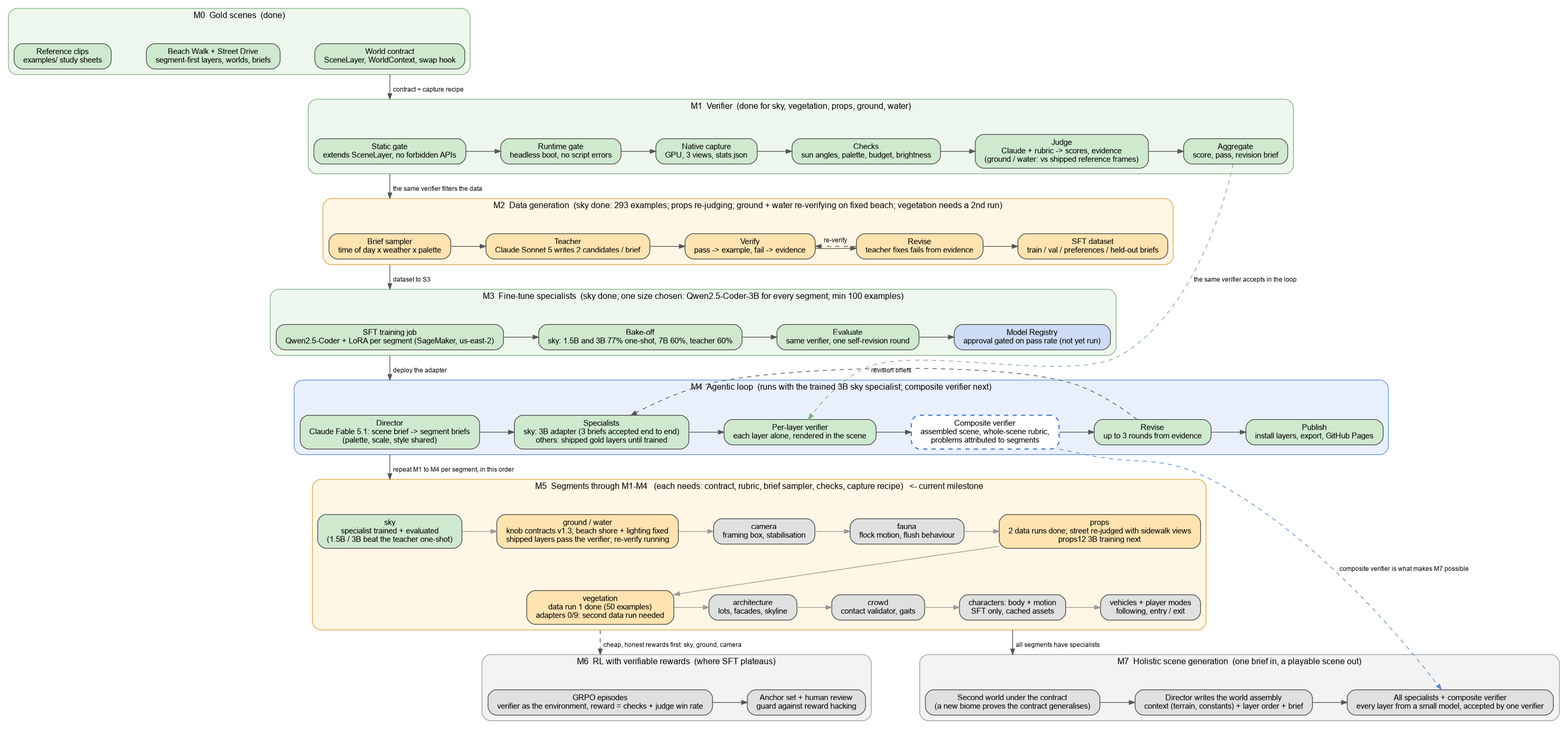
The Graphviz diagram design/pipeline.png in Marc-GenAI-AWS/godot-game, before a commit. Its source is kept beside it as design/pipeline.dot.
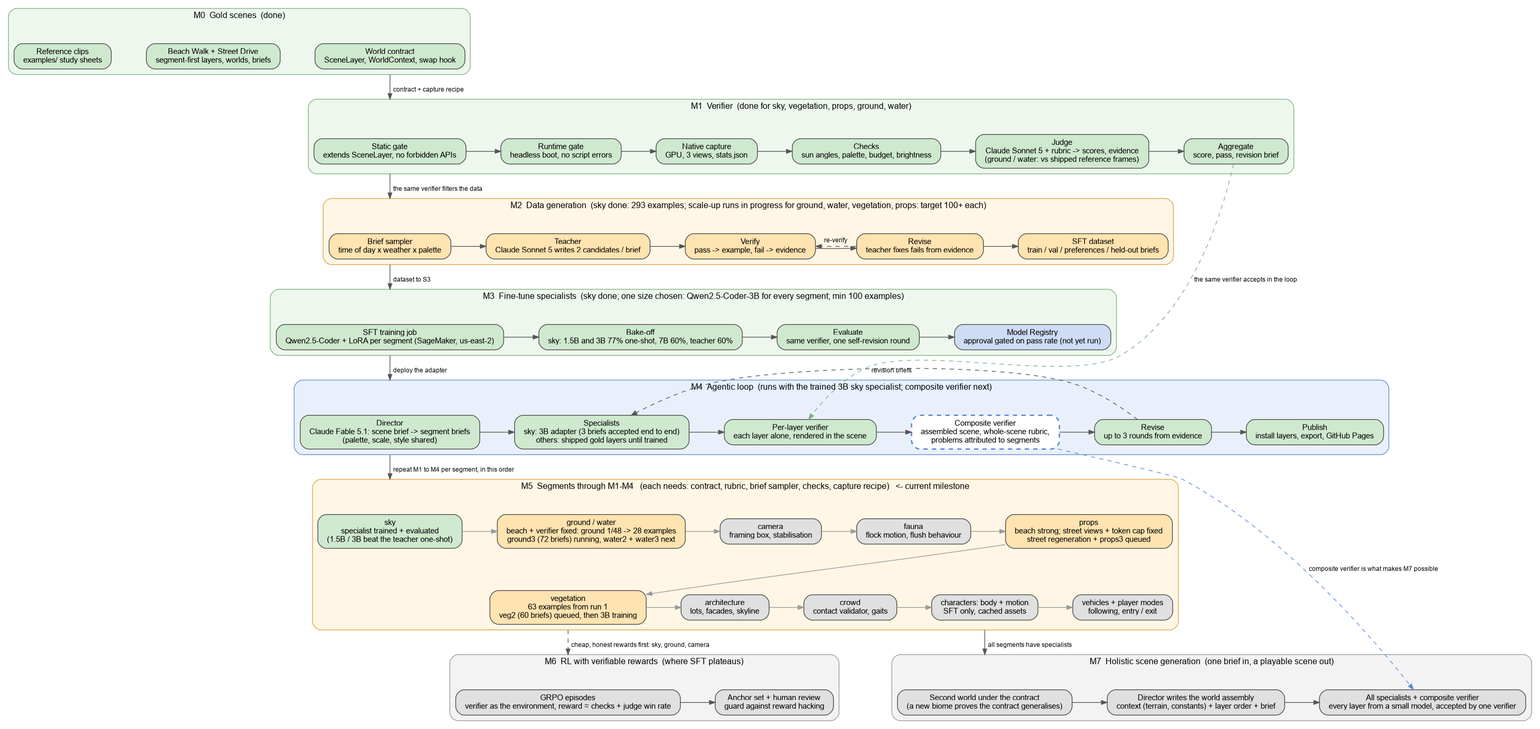
Later version of the same file.

Commit message:
Teacher token cap 16000 and cut-off replies keep their code; verifier accepts bare-number judge scores; milestone diagram at the scale-up runs

Diff of the diagram source:
```diff
@@ -24,14 +24,14 @@
     v2 [label="Runtime gate\nheadless boot, no script errors", fillcolor="#cfe9cf"];
     v3 [label="Native capture\nGPU, 3 views, stats.json", fillcolor="#cfe9cf"];
     v4 [label="Checks\nsun angles, palette, budget, brightness", fillcolor="#cfe9cf"];
-    v5 [label="Judge\nClaude + rubric -> scores, evidence\n(ground / water: vs shipped reference frames)", fillcolor="#cfe9cf"];
+    v5 [label="Judge\nClaude Sonnet 5 + rubric -> scores, evidence\n(ground / water: vs shipped reference frames)", fillcolor="#cfe9cf"];
     v6 [label="Aggregate\nscore, pass, revision brief", fillcolor="#cfe9cf"];
     v1 -> v2 -> v3 -> v4 -> v5 -> v6;
     {rank=same; v1; v2; v3; v4; v5; v6;}
   }
 
   subgraph cluster_m2 {
-    label="M2  Data generation  (sky done: 293 examples; props re-judging; ground + water re-verifying on fixed beach; vegetation needs a 2nd run)"; style="rounded,filled"; fillcolor="#fff6e5"; color="#d9a441";
+    label="M2  Data generation  (sky done: 293 examples; scale-up runs in progress for ground, water, vegetation, props: target 100+ each)"; style="rounded,filled"; fillcolor="#fff6e5"; color="#d9a441";
     d1 [label="Brief sampler\ntime of day x weather x palette", fillcolor="#ffe3b0"];
     d2 [label="Teacher\nClaude Sonnet 5 writes 2 candidates / brief", fillcolor="#ffe3b0"];
     d3 [label="Verify\npass -> example, fail -> evidence", fillcolor="#ffe3b0"];
@@ -68,11 +68,11 @@
   subgraph cluster_m5 {
     label="M5  Segments through M1-M4   (each needs: contract, rubric, brief sampler, checks, capture recipe)   <- current milestone"; style="rounded,filled"; fillcolor="#fff6e5"; color="#d9a441";
     g0 [label="sky\nspecialist trained + evaluated\n(1.5B / 3B beat the teacher one-shot)", fillcolor="#cfe9cf"];
-    g1 [label="ground / water\nknob contracts v1.3; beach shore + lighting fixed\nshipped layers pass the verifier; re-verify running", fillcolor="#ffe3b0"];
+    g1 [label="ground / water\nbeach + verifier fixed: ground 1/48 -> 28 examples\nground3 (72 briefs) running, water2 + water3 next", fillcolor="#ffe3b0"];
     g2 [label="camera\nframing box, stabilisation", fillcolor="#e0e0e0"];
     g3 [label="fauna\nflock motion, flush behaviour", fillcolor="#e0e0e0"];
-    g4 [label="props\n2 data runs done; street re-judged with sidewalk views\nprops12 3B training next", fillcolor="#ffe3b0"];
-    g5 [label="vegetation\ndata run 1 done (50 examples)\nadapters 0/9: second data run needed", fillcolor="#ffe3b0"];
+    g4 [label="props\nbeach strong; street views + token cap fixed\nstreet regeneration + props3 queued", fillcolor="#ffe3b0"];
+    g5 [label="vegetation\n63 examples from run 1\nveg2 (60 briefs) queued, then 3B training", fillcolor="#ffe3b0"];
     g6 [label="architecture\nlots, facades, skyline", fillcolor="#e0e0e0"];
     g7 [label="crowd\ncontact validator, gaits", fillcolor="#e0e0e0"];
     g8 [label="characters: body + motion\nSFT only, cached assets", fillcolor="#e0e0e0"];
```
